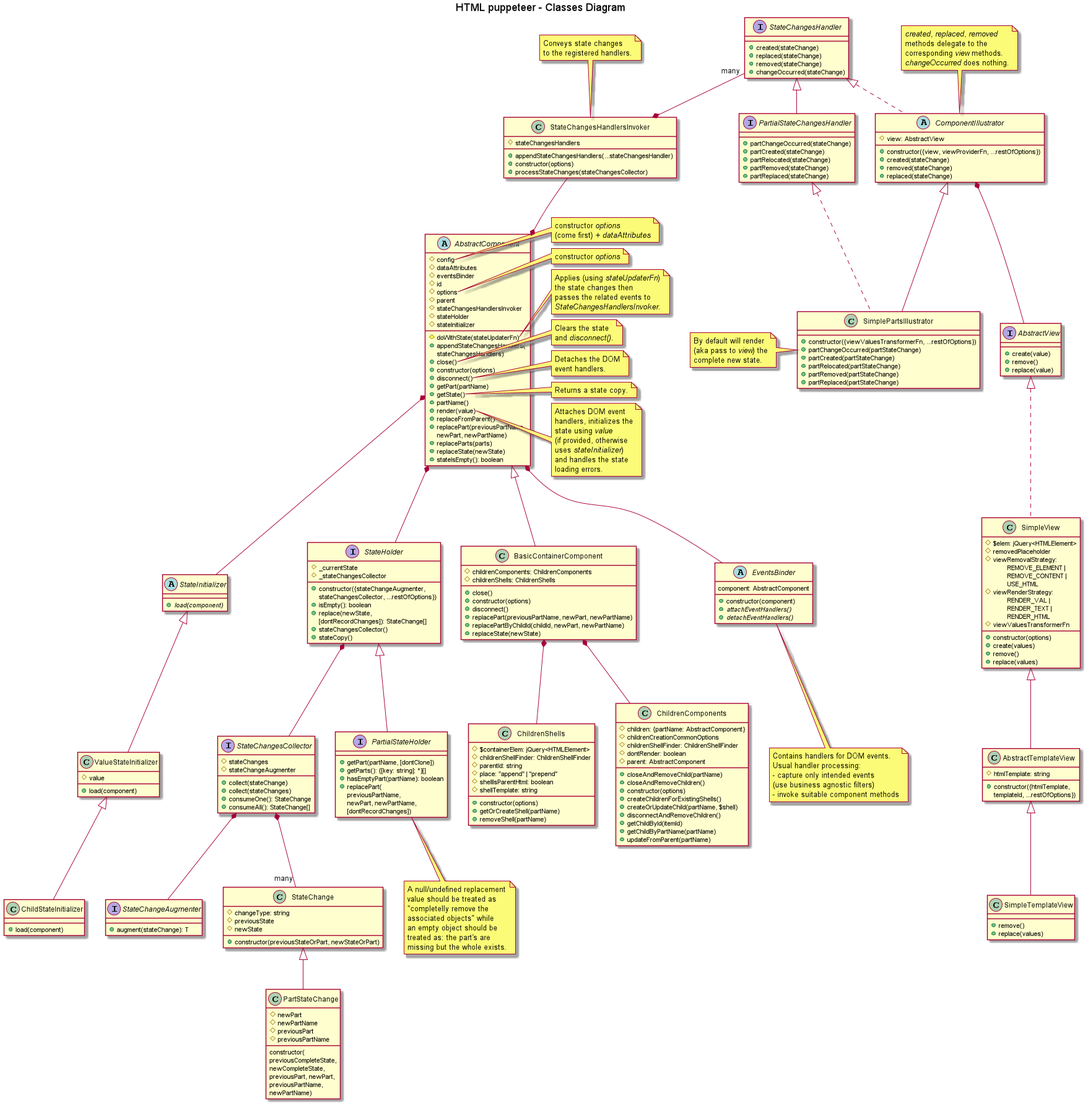
The PlantUML diagram design/classes-diagram-HTML_puppeteer___Classes_Diagram.png in adrhc/html-puppeteer, before a commit.
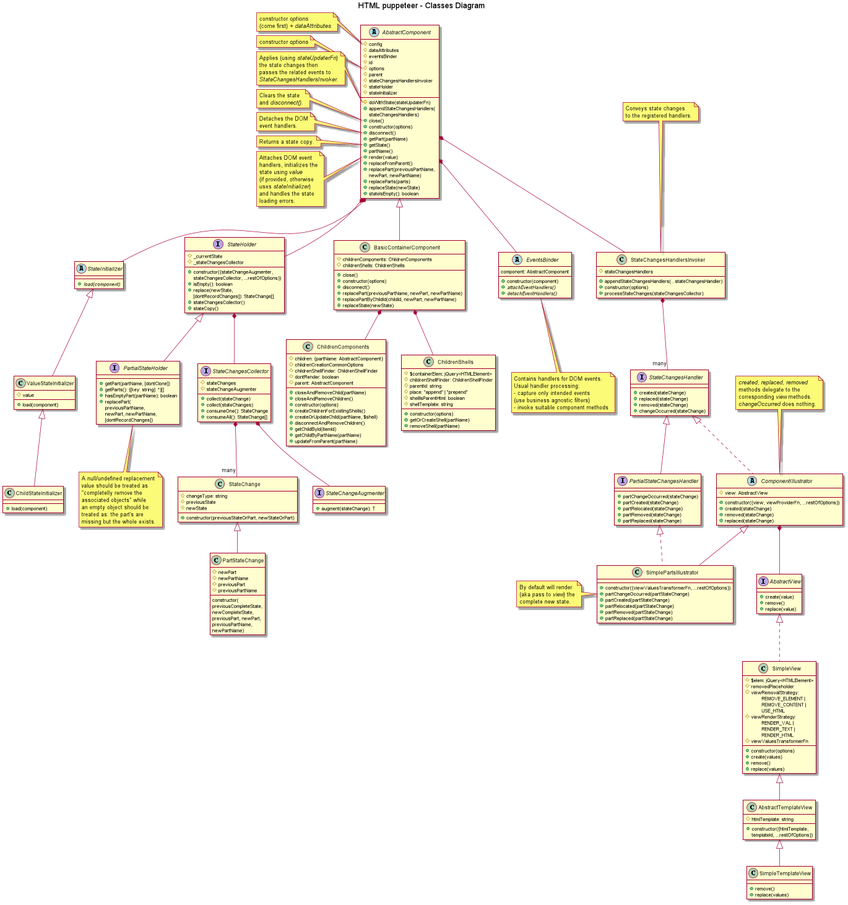
The same diagram one commit later.

The edit, as a diff of the source:
```diff
@@ -28,37 +28,37 @@
   +stateIsEmpty(): boolean
 }
 
-note right of AbstractComponent::config
+note left of AbstractComponent::config
 constructor <i>options</i>
 (come first) + <i>dataAttributes</i>
 end note
 
-note right of AbstractComponent::options
+note left of AbstractComponent::options
 constructor <i>options</i>
 end note
 
-note right of AbstractComponent::doWithState
+note left of AbstractComponent::doWithState
 Applies (using <i>stateUpdaterFn</i>)
 the state changes then
 passes the related events to
 <i>StateChangesHandlersInvoker</i>.
 end note
 
-note right of AbstractComponent::"close()"
+note left of AbstractComponent::"close()"
 Clears the state
 and <i>disconnect()</i>.
 end note
 
-note right of AbstractComponent::"disconnect()"
+note left of AbstractComponent::"disconnect()"
 Detaches the DOM
 event handlers.
 end note
 
-note right of AbstractComponent::getState
+note left of AbstractComponent::getState
 Returns a state copy.
 end note
 
-note right of AbstractComponent::"render(value)"
+note left of AbstractComponent::"render(value)"
 Attaches DOM event
 handlers, initializes the
 state using <i>value</i>
@@ -115,7 +115,6 @@
 abstract StateInitializer {
 {abstract}+load(component)
 }
-
 
 class ValueStateInitializer extends StateInitializer {
 #value
@@ -286,13 +285,11 @@
 complete new state.
 end note
 
-
-
-AbstractComponent *-down- EventsBinder
-AbstractComponent *-down- StateHolder
-AbstractComponent *-down- StateInitializer
-AbstractComponent *-up- StateChangesHandlersInvoker
-StateChangesHandlersInvoker *-up- "many" StateChangesHandler
+AbstractComponent *-- EventsBinder
+AbstractComponent *-- StateHolder
+AbstractComponent *-- StateInitializer
+AbstractComponent *-- StateChangesHandlersInvoker
+StateChangesHandlersInvoker *-- "many" StateChangesHandler
 ComponentIllustrator *-- AbstractView
 StateHolder *-- StateChangesCollector
 StateChangesCollector *-- "many" StateChange
```
